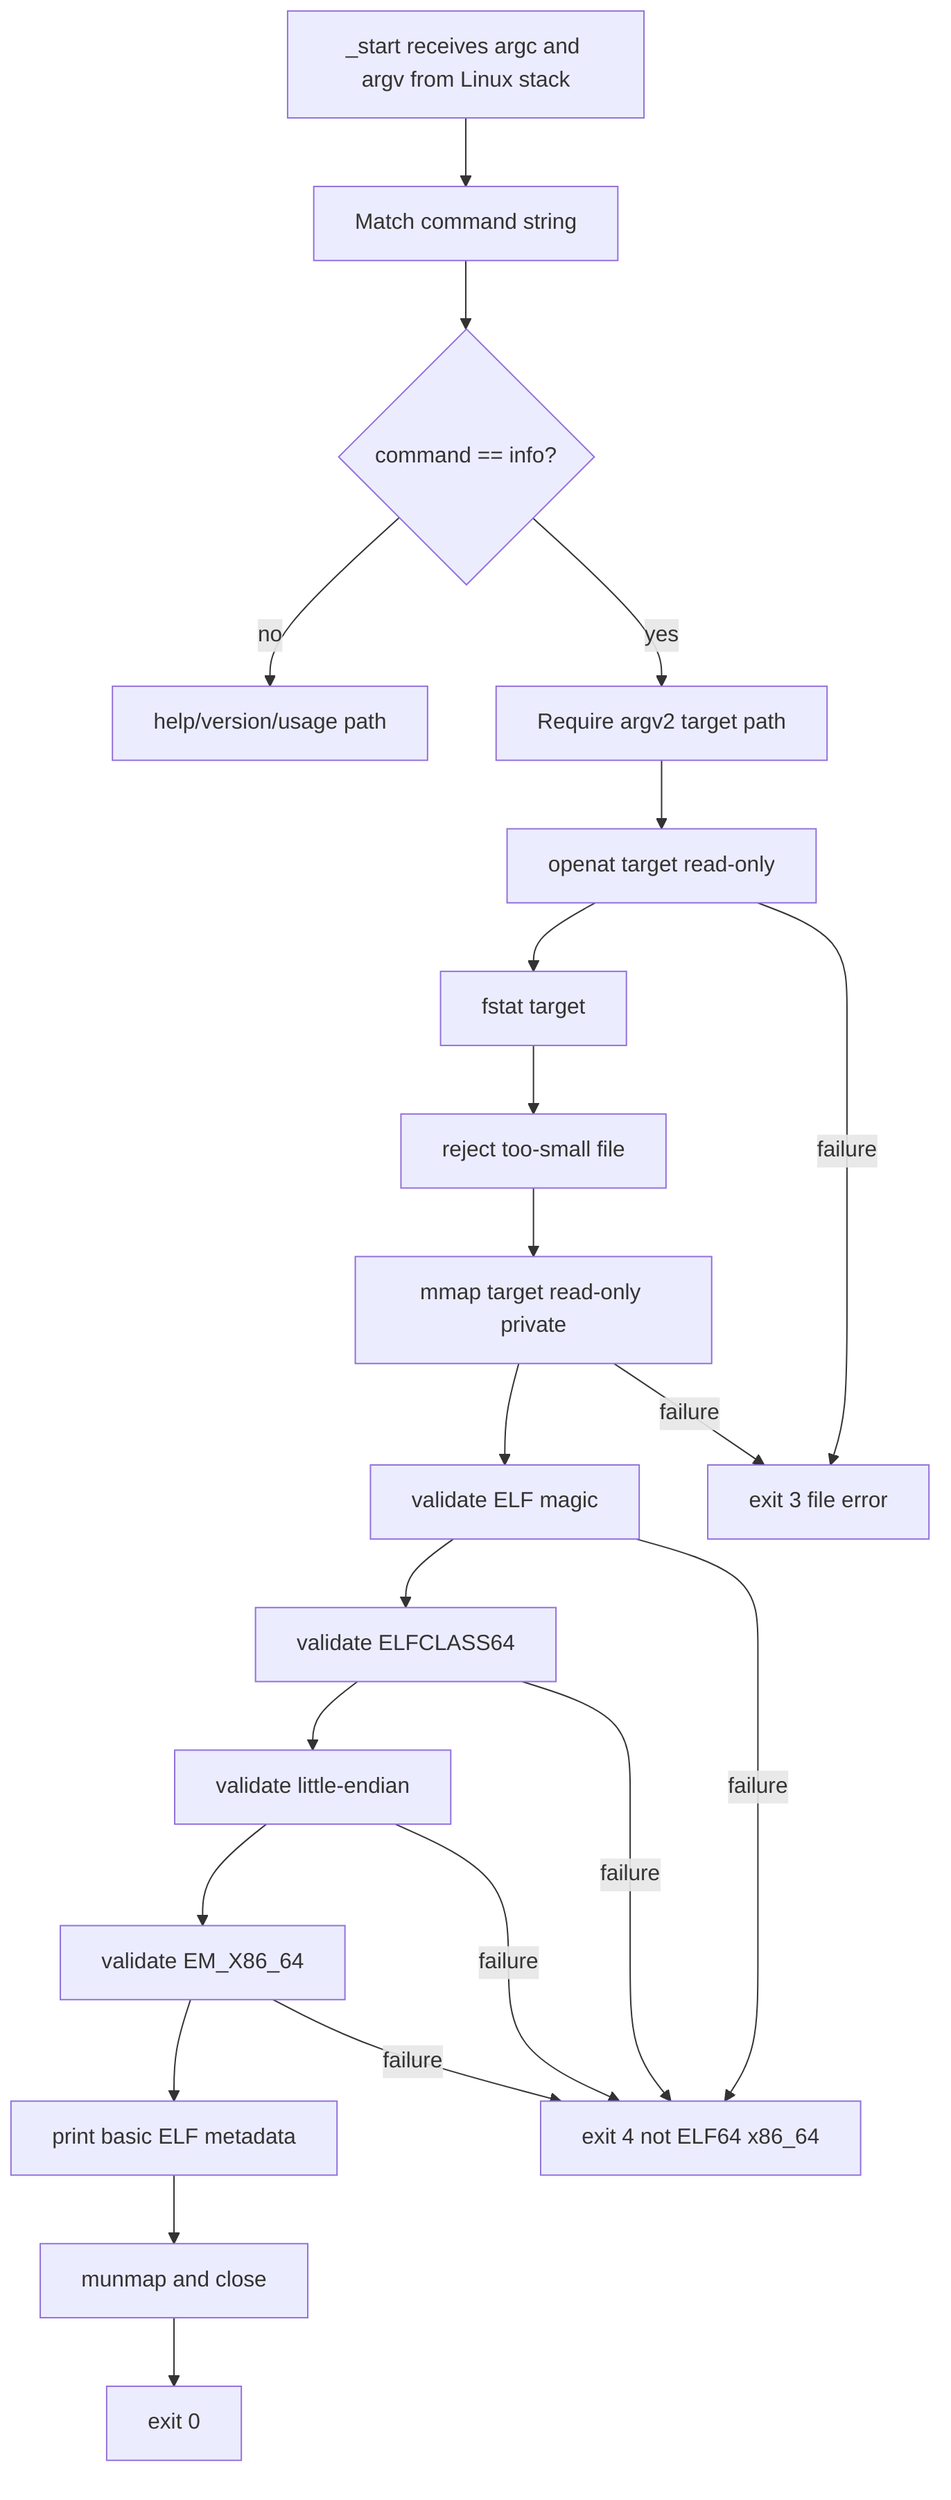
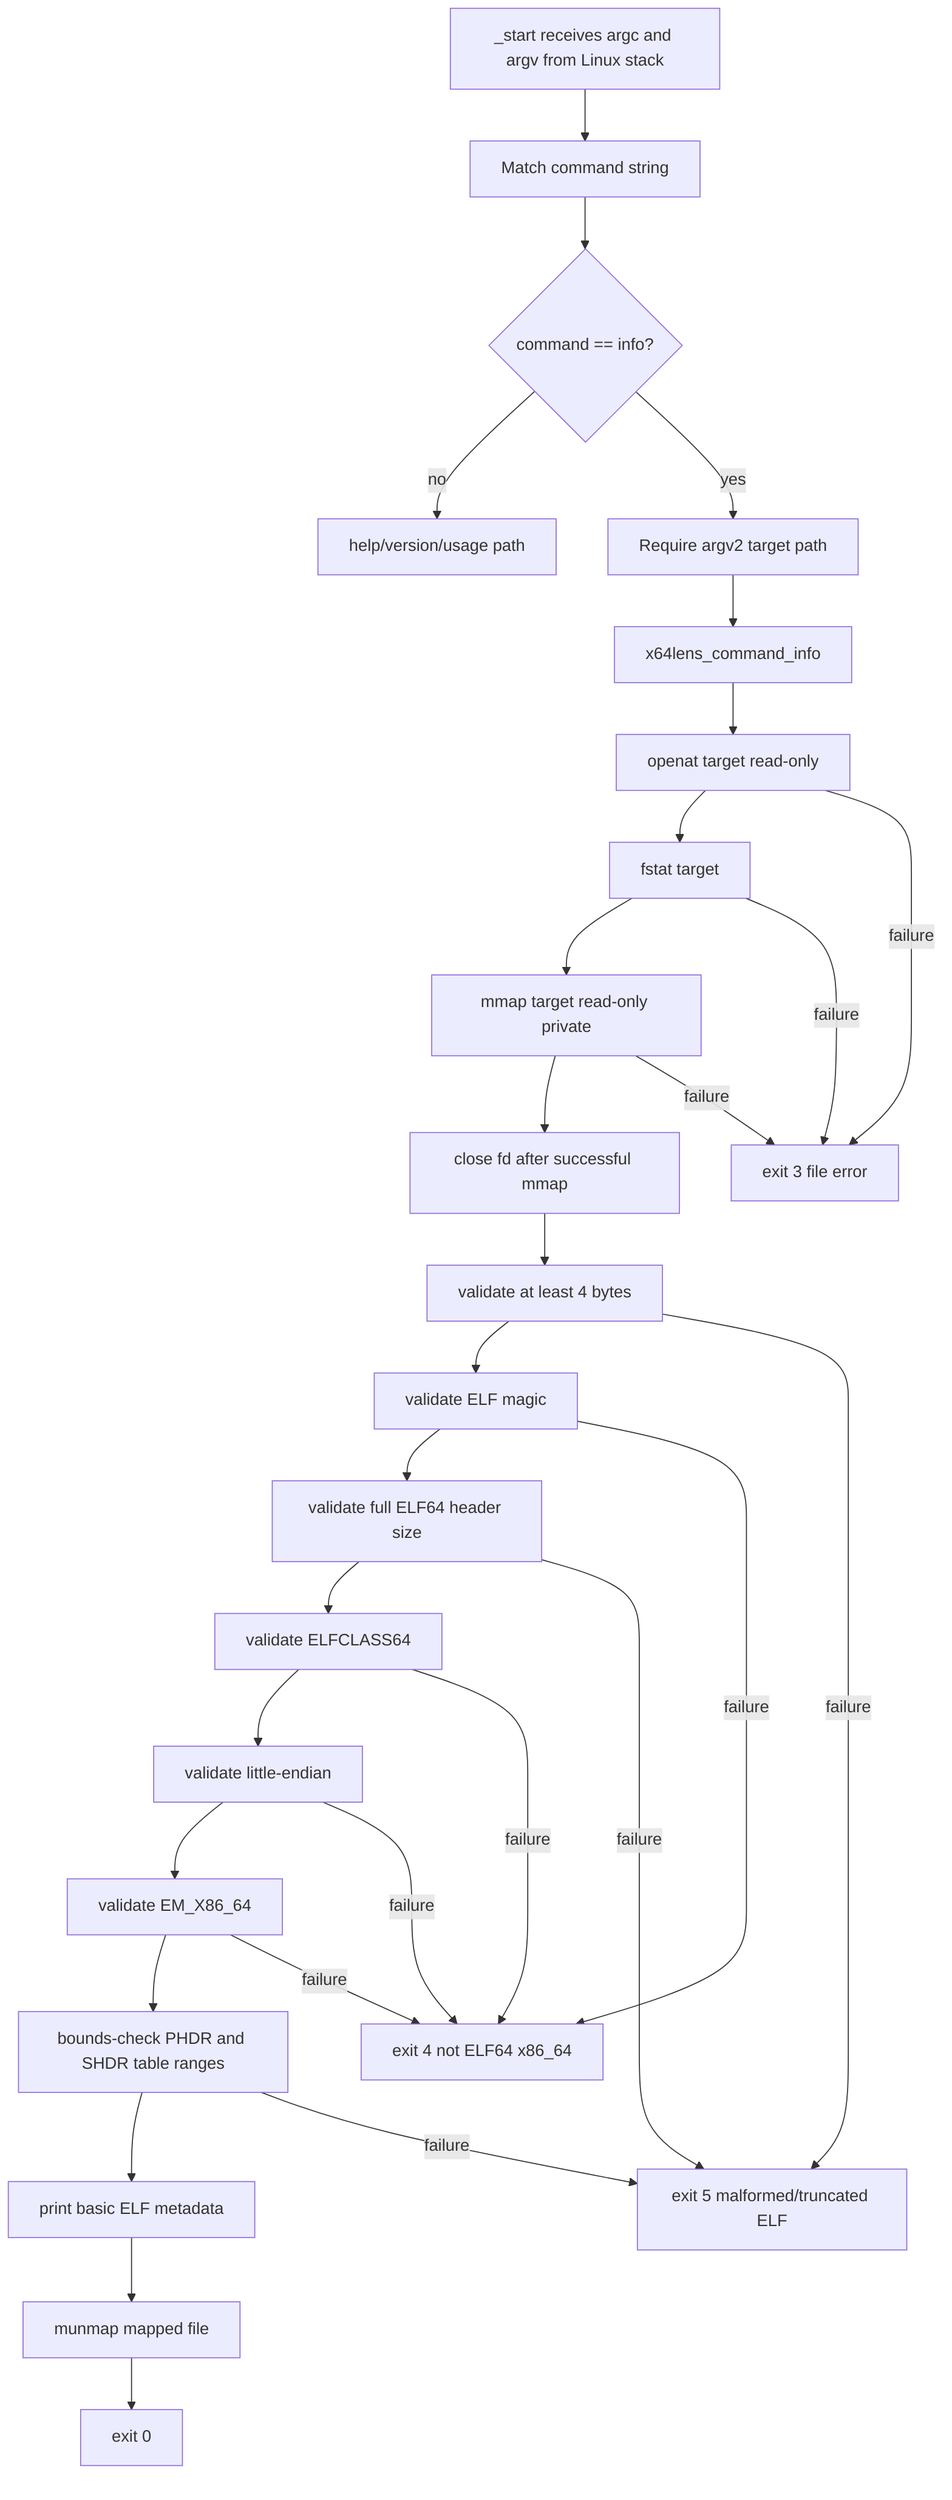
flowchart TD
    A[_start receives argc and argv from Linux stack] --> B[Match command string]
    B --> C{command == info?}
    C -->|no| D[help/version/usage path]
    C -->|yes| E[Require argv2 target path]
-     E --> F[openat target read-only]
-     F --> G[fstat target]
-     G --> H[reject too-small file]
+     E --> F[x64lens_command_info]
+     F --> G[openat target read-only]
+     G --> H[fstat target]
    H --> I[mmap target read-only private]
-     I --> J[validate ELF magic]
-     J --> K[validate ELFCLASS64]
-     K --> L[validate little-endian]
-     L --> M[validate EM_X86_64]
-     M --> N[print basic ELF metadata]
-     N --> O[munmap and close]
-     O --> P[exit 0]
+     I --> J[close fd after successful mmap]
+     J --> K[validate at least 4 bytes]
+     K --> L[validate ELF magic]
+     L --> M[validate full ELF64 header size]
+     M --> N[validate ELFCLASS64]
+     N --> O[validate little-endian]
+     O --> P[validate EM_X86_64]
+     P --> Q[bounds-check PHDR and SHDR table ranges]
+     Q --> R[print basic ELF metadata]
+     R --> S[munmap mapped file]
+     S --> T[exit 0]

-     F -->|failure| X[exit 3 file error]
-     J -->|failure| Y[exit 4 not ELF64 x86_64]
-     K -->|failure| Y
-     L -->|failure| Y
+     G -->|failure| X[exit 3 file error]
+     H -->|failure| X
+     I -->|failure| X
+     K -->|failure| Y[exit 5 malformed/truncated ELF]
+     L -->|failure| Z[exit 4 not ELF64 x86_64]
    M -->|failure| Y
-     I -->|failure| X
+     N -->|failure| Z
+     O -->|failure| Z
+     P -->|failure| Z
+     Q -->|failure| Y
